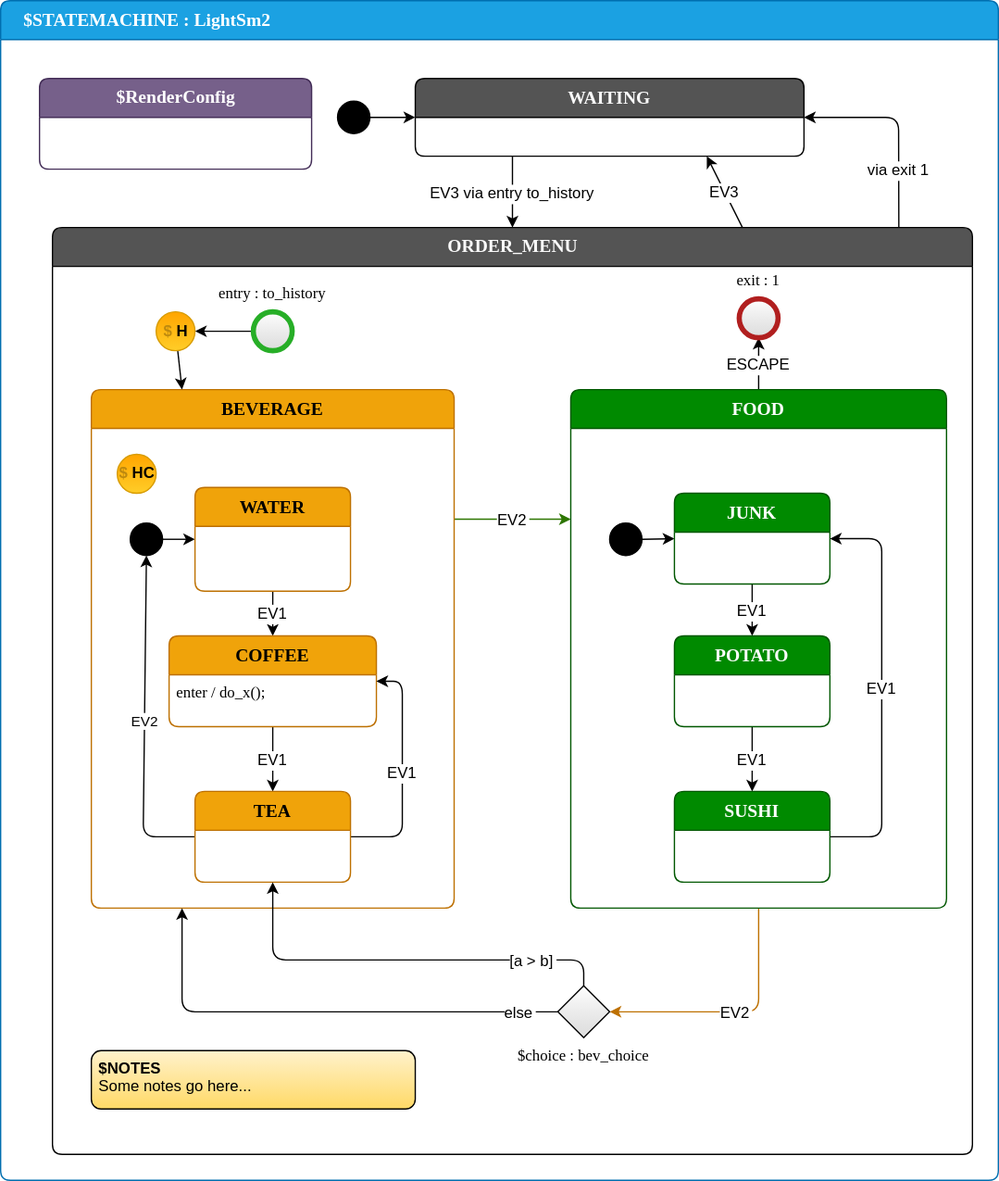
StateSmith/StateSmith keeps this draw.io diagram as src/StateSmithTest/Output/Sim/diagrams/LightSm2.drawio.svg. Above is the earlier version. Source tidied: cells renumbered, new cells last; positions are measured from the earlier drawing's top-left corner, leaving out a move shared by most shapes. Source of this version:
```xml
<mxGraphModel>
  <root>
    <mxCell id="0" />
    <mxCell id="1" parent="0" />
    <mxCell id="2" value="$STATEMACHINE : LightSm2" style="shape=swimlane;align=left;verticalAlign=top;fontFamily=Lucida Console;startSize=30;fontSize=14;fontStyle=1;swimlaneFillColor=default;rounded=1;arcSize=15;absoluteArcSize=1;fillColor=#1ba1e2;fontColor=#ffffff;strokeColor=#006EAF;spacingLeft=16;" parent="1" vertex="1">
      <mxGeometry width="770" height="910" as="geometry" />
    </mxCell>
    <mxCell id="3" style="fontFamily=Lucida Console;align=left;verticalAlign=top;fillColor=none;gradientColor=none;strokeColor=none;rounded=0;spacingLeft=4;" parent="2" vertex="1">
      <mxGeometry y="30" width="50" height="40" as="geometry" />
    </mxCell>
    <mxCell id="4" style="edgeStyle=none;entryX=0;entryY=0.5;entryDx=0;entryDy=0;exitX=1;exitY=0.5;exitDx=0;exitDy=0;fontColor=default;fontSize=12;" parent="2" edge="1" source="52" target="50">
      <mxGeometry relative="1" as="geometry" />
    </mxCell>
    <mxCell id="5" value="EV3" style="edgeStyle=none;exitX=0.75;exitY=0;exitDx=0;exitDy=0;entryX=0.75;entryY=1;entryDx=0;entryDy=0;fontColor=default;fontSize=12;" parent="2" edge="1" source="7" target="50">
      <mxGeometry relative="1" as="geometry" />
    </mxCell>
    <mxCell id="6" value="via exit 1" style="edgeStyle=none;exitX=0.92;exitY=0;exitDx=0;exitDy=0;exitPerimeter=0;entryX=1;entryY=0.5;entryDx=0;entryDy=0;fontColor=default;fontSize=12;" parent="2" edge="1" source="7" target="50">
      <mxGeometry x="-0.43" relative="1" as="geometry">
        <Array as="points">
          <mxPoint x="693" y="90" />
        </Array>
      </mxGeometry>
    </mxCell>
    <mxCell id="7" value="ORDER_MENU" style="shape=swimlane;align=center;verticalAlign=top;fontFamily=Lucida Console;startSize=30;fontSize=14;fontStyle=1;swimlaneFillColor=default;html=1;rounded=1;arcSize=15;absoluteArcSize=1;fillColor=#545454;fontColor=#FAFAFA;points=[[0,0,0,0,0],[0,0.25,0,0,0],[0,0.5,0,0,0],[0,0.75,0,0,0],[0,1,0,0,0],[0.08,0,0,0,0],[0.17,0,0,0,0],[0.25,0,0,0,0],[0.25,1,0,0,0],[0.33,0,0,0,0],[0.42,0,0,0,0],[0.5,0,0,0,0],[0.5,1,0,0,0],[0.58,0,0,0,0],[0.67,0,0,0,0],[0.75,0,0,0,0],[0.75,1,0,0,0],[0.83,0,0,0,0],[0.92,0,0,0,0],[1,0,0,0,0],[1,0.25,0,0,0],[1,0.5,0,0,0],[1,0.75,0,0,0],[1,1,0,0,0]];" parent="2" vertex="1">
      <mxGeometry x="40" y="175" width="710" height="715" as="geometry" />
    </mxCell>
    <mxCell id="8" style="fontFamily=Lucida Console;align=left;verticalAlign=top;fillColor=none;gradientColor=none;strokeColor=none;rounded=0;spacingLeft=4;labelBackgroundColor=#990000;fontColor=#FFFFFF;" parent="7" vertex="1">
      <mxGeometry y="30" width="50" height="40" as="geometry" />
    </mxCell>
    <mxCell id="9" value="EV2" style="edgeStyle=none;exitX=1;exitY=0.25;exitDx=0;exitDy=0;entryX=0;entryY=0.25;entryDx=0;entryDy=0;fillColor=#60a917;strokeColor=#2D7600;fontColor=default;fontSize=12;" parent="7" edge="1" source="10" target="28">
      <mxGeometry relative="1" as="geometry" />
    </mxCell>
    <mxCell id="10" value="BEVERAGE" style="shape=swimlane;align=center;verticalAlign=top;fontFamily=Lucida Console;startSize=30;fontSize=14;fontStyle=1;fontColor=#000000;fillColor=#f0a30a;swimlaneFillColor=default;rounded=1;arcSize=15;absoluteArcSize=1;strokeColor=#BD7000;" parent="7" vertex="1">
      <mxGeometry x="30" y="125" width="280" height="400" as="geometry" />
    </mxCell>
    <mxCell id="11" style="fontFamily=Lucida Console;align=left;verticalAlign=top;fillColor=none;gradientColor=none;strokeColor=none;rounded=0;spacingLeft=4;" parent="10" vertex="1">
      <mxGeometry y="30" width="50" height="40" as="geometry" />
    </mxCell>
    <mxCell id="12" style="edgeStyle=none;exitX=1;exitY=0.5;exitDx=0;exitDy=0;entryX=0;entryY=0.5;entryDx=0;entryDy=0;fontColor=default;fontSize=12;" parent="10" edge="1" source="13" target="15">
      <mxGeometry relative="1" as="geometry" />
    </mxCell>
    <mxCell id="13" value="$initial_state" style="shape=ellipse;fillColor=#000000;noLabel=1;" parent="10" vertex="1">
      <mxGeometry x="30" y="103" width="25" height="25" as="geometry" />
    </mxCell>
    <mxCell id="14" value="EV1" style="edgeStyle=none;fontColor=default;fontSize=12;" parent="10" edge="1" source="15" target="18">
      <mxGeometry relative="1" as="geometry" />
    </mxCell>
    <mxCell id="15" value="WATER" style="shape=swimlane;align=center;verticalAlign=top;fontFamily=Lucida Console;startSize=30;fontSize=14;fontStyle=1;fontColor=#000000;fillColor=#f0a30a;swimlaneFillColor=default;rounded=1;arcSize=15;absoluteArcSize=1;strokeColor=#BD7000;" parent="10" vertex="1">
      <mxGeometry x="80" y="75.5" width="120" height="80" as="geometry" />
    </mxCell>
    <mxCell id="16" style="fontFamily=Lucida Console;align=left;verticalAlign=top;fillColor=none;gradientColor=none;strokeColor=none;rounded=0;spacingLeft=4;" parent="15" vertex="1">
      <mxGeometry y="30" width="50" height="40" as="geometry" />
    </mxCell>
    <mxCell id="17" value="EV1" style="edgeStyle=none;fontColor=default;fontSize=12;" parent="10" edge="1" source="18" target="22">
      <mxGeometry relative="1" as="geometry" />
    </mxCell>
    <mxCell id="18" value="COFFEE" style="shape=swimlane;align=center;verticalAlign=top;fontFamily=Lucida Console;startSize=30;fontSize=14;fontStyle=1;fontColor=#000000;fillColor=#f0a30a;swimlaneFillColor=default;rounded=1;arcSize=15;absoluteArcSize=1;strokeColor=#BD7000;" parent="10" vertex="1">
      <mxGeometry x="60" y="190" width="160" height="70" as="geometry" />
    </mxCell>
    <mxCell id="19" value="enter / do_x();" style="fontFamily=Lucida Console;align=left;verticalAlign=top;fillColor=none;gradientColor=none;strokeColor=none;rounded=0;spacingLeft=4;" parent="18" vertex="1">
      <mxGeometry y="30" width="130" height="30" as="geometry" />
    </mxCell>
    <mxCell id="20" value="EV1" style="edgeStyle=none;exitX=1;exitY=0.5;exitDx=0;exitDy=0;entryX=1;entryY=0.5;entryDx=0;entryDy=0;fontColor=default;fontSize=12;" parent="10" edge="1" source="22" target="18">
      <mxGeometry relative="1" as="geometry">
        <Array as="points">
          <mxPoint x="240" y="345" />
          <mxPoint x="240" y="225" />
        </Array>
      </mxGeometry>
    </mxCell>
    <mxCell id="21" value="EV2" style="edgeStyle=none;html=1;exitX=0;exitY=0.5;exitDx=0;exitDy=0;entryX=0.5;entryY=1;entryDx=0;entryDy=0;" parent="10" edge="1" source="22" target="13">
      <mxGeometry relative="1" as="geometry">
        <Array as="points">
          <mxPoint x="40" y="345" />
        </Array>
      </mxGeometry>
    </mxCell>
    <mxCell id="22" value="TEA" style="shape=swimlane;align=center;verticalAlign=top;fontFamily=Lucida Console;startSize=30;fontSize=14;fontStyle=1;fontColor=#000000;fillColor=#f0a30a;swimlaneFillColor=default;rounded=1;arcSize=15;absoluteArcSize=1;strokeColor=#BD7000;" parent="10" vertex="1">
      <mxGeometry x="80" y="310" width="120" height="70" as="geometry" />
    </mxCell>
    <mxCell id="23" style="fontFamily=Lucida Console;align=left;verticalAlign=top;fillColor=none;gradientColor=none;strokeColor=none;rounded=0;spacingLeft=4;" parent="22" vertex="1">
      <mxGeometry y="30" width="50" height="40" as="geometry" />
    </mxCell>
    <mxCell id="24" value="&lt;font color=&quot;#bd890f&quot;&gt;$&lt;/font&gt;HC" style="fontFamily=Helvetica;align=center;verticalAlign=middle;shape=ellipse;labelPosition=center;verticalLabelPosition=middle;strokeColor=#d79b00;strokeWidth=1;fillColor=#ffcd28;gradientColor=#ffa500;gradientDirection=north;html=1;fontColor=#000000;fontStyle=1;" parent="10" vertex="1">
      <mxGeometry x="20" y="50" width="30" height="30" as="geometry" />
    </mxCell>
    <mxCell id="25" style="edgeStyle=none;exitX=0;exitY=0.5;exitDx=0;exitDy=0;fontColor=default;fontSize=12;" parent="7" edge="1" source="41" target="44">
      <mxGeometry relative="1" as="geometry" />
    </mxCell>
    <mxCell id="26" value="EV2" style="edgeStyle=none;exitX=0.5;exitY=1;exitDx=0;exitDy=0;entryX=1;entryY=0.5;entryDx=0;entryDy=0;fillColor=#f0a30a;strokeColor=#BD7000;fontColor=default;fontSize=12;" parent="7" edge="1" source="28" target="47">
      <mxGeometry relative="1" as="geometry">
        <Array as="points">
          <mxPoint x="545" y="605" />
        </Array>
      </mxGeometry>
    </mxCell>
    <mxCell id="27" value="ESCAPE" style="edgeStyle=none;exitX=0.5;exitY=0;exitDx=0;exitDy=0;entryX=0.5;entryY=1;entryDx=0;entryDy=0;fontColor=default;fontSize=12;" parent="7" edge="1" source="28" target="42">
      <mxGeometry relative="1" as="geometry" />
    </mxCell>
    <mxCell id="28" value="FOOD" style="shape=swimlane;align=center;verticalAlign=top;fontFamily=Lucida Console;startSize=30;fontSize=14;fontStyle=1;fontColor=#ffffff;fillColor=#008a00;swimlaneFillColor=default;rounded=1;arcSize=15;absoluteArcSize=1;strokeColor=#005700;" parent="7" vertex="1">
      <mxGeometry x="400" y="125" width="290" height="400" as="geometry" />
    </mxCell>
    <mxCell id="29" style="fontFamily=Lucida Console;align=left;verticalAlign=top;fillColor=none;gradientColor=none;strokeColor=none;rounded=0;spacingLeft=4;html=1;" parent="28" vertex="1">
      <mxGeometry y="30" width="50" height="40" as="geometry" />
    </mxCell>
    <mxCell id="30" style="edgeStyle=none;exitX=1;exitY=0.5;exitDx=0;exitDy=0;entryX=0;entryY=0.5;entryDx=0;entryDy=0;fontColor=default;fontSize=12;" parent="28" edge="1" source="31" target="33">
      <mxGeometry relative="1" as="geometry" />
    </mxCell>
    <mxCell id="31" value="$initial_state" style="shape=ellipse;fillColor=#000000;noLabel=1;" parent="28" vertex="1">
      <mxGeometry x="30" y="103" width="25" height="25" as="geometry" />
    </mxCell>
    <mxCell id="32" value="EV1" style="edgeStyle=none;fontColor=default;fontSize=12;" parent="28" edge="1" source="33" target="36">
      <mxGeometry relative="1" as="geometry" />
    </mxCell>
    <mxCell id="33" value="JUNK" style="shape=swimlane;align=center;verticalAlign=top;fontFamily=Lucida Console;startSize=30;fontSize=14;fontStyle=1;fontColor=#ffffff;fillColor=#008a00;swimlaneFillColor=default;rounded=1;arcSize=15;absoluteArcSize=1;strokeColor=#005700;" parent="28" vertex="1">
      <mxGeometry x="80" y="80" width="120" height="70" as="geometry" />
    </mxCell>
    <mxCell id="34" value=" " style="fontFamily=Lucida Console;align=left;verticalAlign=top;fillColor=none;gradientColor=none;strokeColor=none;rounded=0;spacingLeft=4;" parent="33" vertex="1">
      <mxGeometry y="30" width="30" height="20" as="geometry" />
    </mxCell>
    <mxCell id="35" value="EV1" style="edgeStyle=none;fontColor=default;fontSize=12;" parent="28" edge="1" source="36" target="39">
      <mxGeometry relative="1" as="geometry" />
    </mxCell>
    <mxCell id="36" value="POTATO" style="shape=swimlane;align=center;verticalAlign=top;fontFamily=Lucida Console;startSize=30;fontSize=14;fontStyle=1;fontColor=#ffffff;fillColor=#008a00;swimlaneFillColor=default;rounded=1;arcSize=15;absoluteArcSize=1;strokeColor=#005700;" parent="28" vertex="1">
      <mxGeometry x="80" y="190" width="120" height="70" as="geometry" />
    </mxCell>
    <mxCell id="37" value=" " style="fontFamily=Lucida Console;align=left;verticalAlign=top;fillColor=none;gradientColor=none;strokeColor=none;rounded=0;spacingLeft=4;" parent="36" vertex="1">
      <mxGeometry y="30" width="30" height="20" as="geometry" />
    </mxCell>
    <mxCell id="38" value="EV1" style="edgeStyle=none;exitX=1;exitY=0.5;exitDx=0;exitDy=0;entryX=1;entryY=0.5;entryDx=0;entryDy=0;fontColor=default;fontSize=12;" parent="28" edge="1" source="39" target="33">
      <mxGeometry relative="1" as="geometry">
        <Array as="points">
          <mxPoint x="240" y="345" />
          <mxPoint x="240" y="115" />
        </Array>
      </mxGeometry>
    </mxCell>
    <mxCell id="39" value="SUSHI" style="shape=swimlane;align=center;verticalAlign=top;fontFamily=Lucida Console;startSize=30;fontSize=14;fontStyle=1;fontColor=#ffffff;fillColor=#008a00;swimlaneFillColor=default;rounded=1;arcSize=15;absoluteArcSize=1;strokeColor=#005700;" parent="28" vertex="1">
      <mxGeometry x="80" y="310" width="120" height="70" as="geometry" />
    </mxCell>
    <mxCell id="40" value=" " style="fontFamily=Lucida Console;align=left;verticalAlign=top;fillColor=none;gradientColor=none;strokeColor=none;rounded=0;spacingLeft=4;" parent="39" vertex="1">
      <mxGeometry y="30" width="30" height="20" as="geometry" />
    </mxCell>
    <mxCell id="41" value="entry : to_history" style="fontFamily=Lucida Console;align=center;verticalAlign=middle;shape=ellipse;labelPosition=center;verticalLabelPosition=top;strokeColor=#27ae27;strokeWidth=4;fillColor=#FFFFFF;gradientColor=#d4d4d4cc;" parent="7" vertex="1">
      <mxGeometry x="155" y="65" width="30" height="30" as="geometry" />
    </mxCell>
    <mxCell id="42" value="exit : 1" style="fontFamily=Lucida Console;align=center;verticalAlign=middle;shape=ellipse;labelPosition=center;verticalLabelPosition=top;strokeColor=#b11f1f;strokeWidth=4;fillColor=#FFFFFF;gradientColor=#d4d4d4cc;" parent="7" vertex="1">
      <mxGeometry x="530" y="55" width="30" height="30" as="geometry" />
    </mxCell>
    <mxCell id="43" style="edgeStyle=none;entryX=0.25;entryY=0;entryDx=0;entryDy=0;fontColor=default;fontSize=12;" parent="7" edge="1" source="44" target="10">
      <mxGeometry relative="1" as="geometry" />
    </mxCell>
    <mxCell id="44" value="&lt;font color=&quot;#bd890f&quot;&gt;$&lt;/font&gt;H" style="fontFamily=Helvetica;align=center;verticalAlign=middle;shape=ellipse;labelPosition=center;verticalLabelPosition=middle;strokeColor=#d79b00;strokeWidth=1;fillColor=#ffcd28;gradientColor=#ffa500;gradientDirection=north;html=1;fontColor=#000000;fontStyle=1;" parent="7" vertex="1">
      <mxGeometry x="80" y="65" width="30" height="30" as="geometry" />
    </mxCell>
    <mxCell id="45" value="[a &gt; b]" style="edgeStyle=none;exitX=0.5;exitY=0;exitDx=0;exitDy=0;entryX=0.5;entryY=1;entryDx=0;entryDy=0;fontColor=default;fontSize=12;" parent="7" edge="1" source="47" target="22">
      <mxGeometry x="-0.62" relative="1" as="geometry">
        <Array as="points">
          <mxPoint x="410" y="565" />
          <mxPoint x="170" y="565" />
        </Array>
      </mxGeometry>
    </mxCell>
    <mxCell id="46" value="else" style="edgeStyle=none;exitX=0;exitY=0.5;exitDx=0;exitDy=0;entryX=0.25;entryY=1;entryDx=0;entryDy=0;fontColor=default;fontSize=12;" parent="7" edge="1" source="47" target="10">
      <mxGeometry x="-0.84" relative="1" as="geometry">
        <Array as="points">
          <mxPoint x="100" y="605" />
        </Array>
      </mxGeometry>
    </mxCell>
    <mxCell id="47" value="$choice : bev_choice" style="fontFamily=Lucida Console;align=center;verticalAlign=top;shape=rhombus;labelPosition=center;verticalLabelPosition=bottom;strokeWidth=1;fillColor=#FFFFFF;gradientColor=#d4d4d4cc;noLabel=0;" parent="7" vertex="1">
      <mxGeometry x="390" y="585" width="40" height="40" as="geometry" />
    </mxCell>
    <mxCell id="48" value="&lt;b&gt;$NOTES&lt;/b&gt;&#10;Some notes go here..." style="shape=rectangle;rounded=1;arcSize=15;absoluteArcSize=1;align=left;verticalAlign=top;whiteSpace=wrap;html=1;spacingLeft=4;strokeWidth=1;strokeColor=default;fillColor=#fff2cc;fontColor=#000000;gradientColor=#ffd966;" parent="7" vertex="1">
      <mxGeometry x="30" y="635" width="250" height="45" as="geometry" />
    </mxCell>
    <mxCell id="49" value="EV3 via entry to_history" style="edgeStyle=none;exitX=0.25;exitY=1;exitDx=0;exitDy=0;entryX=0.5;entryY=0;entryDx=0;entryDy=0;fontSize=12;fontColor=default;" parent="2" edge="1" source="50" target="7">
      <mxGeometry relative="1" as="geometry" />
    </mxCell>
    <mxCell id="50" value="WAITING" style="shape=swimlane;align=center;verticalAlign=top;fontFamily=Lucida Console;startSize=30;fontSize=14;fontStyle=1;fontColor=#FAFAFA;fillColor=#545454;swimlaneFillColor=default;rounded=1;arcSize=15;absoluteArcSize=1;" parent="2" vertex="1">
      <mxGeometry x="320" y="60" width="300" height="60" as="geometry" />
    </mxCell>
    <mxCell id="51" value=" " style="fontFamily=Lucida Console;align=left;verticalAlign=top;fillColor=none;gradientColor=none;strokeColor=none;rounded=0;spacingLeft=4;" parent="50" vertex="1">
      <mxGeometry y="30" width="30" height="20" as="geometry" />
    </mxCell>
    <mxCell id="52" value="$initial_state" style="shape=ellipse;fillColor=#000000;noLabel=1;" parent="2" vertex="1">
      <mxGeometry x="260" y="77.5" width="25" height="25" as="geometry" />
    </mxCell>
    <mxCell id="53" value="$RenderConfig" style="shape=swimlane;align=center;verticalAlign=top;fontFamily=Lucida Console;startSize=30;fontSize=14;fontStyle=1;swimlaneFillColor=default;html=1;rounded=1;arcSize=15;absoluteArcSize=1;fillColor=#76608a;strokeColor=#432D57;fontColor=#ffffff;" parent="2" vertex="1" collapsed="1">
      <mxGeometry x="30" y="60" width="210" height="70" as="geometry" />
    </mxCell>
  </root>
</mxGraphModel>
```
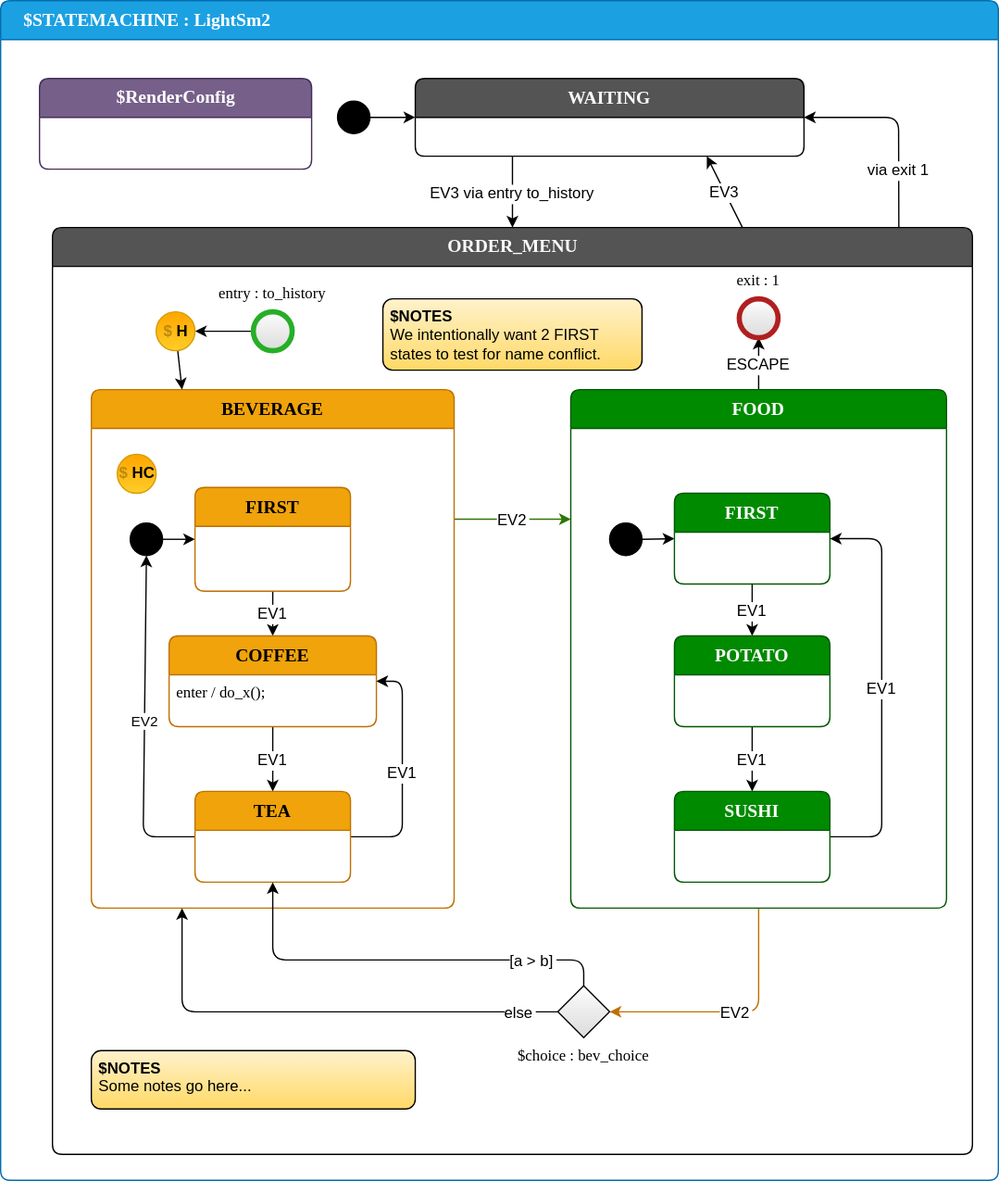
The same diagram one commit later.

Commit message:
test - add failing test (before fix) for #302 name conflict

Diff of the diagram source:
```diff
@@ -45,7 +45,7 @@
     <mxCell id="14" value="EV1" style="edgeStyle=none;fontColor=default;fontSize=12;" parent="10" edge="1" source="15" target="18">
       <mxGeometry relative="1" as="geometry" />
     </mxCell>
-    <mxCell id="15" value="WATER" style="shape=swimlane;align=center;verticalAlign=top;fontFamily=Lucida Console;startSize=30;fontSize=14;fontStyle=1;fontColor=#000000;fillColor=#f0a30a;swimlaneFillColor=default;rounded=1;arcSize=15;absoluteArcSize=1;strokeColor=#BD7000;" parent="10" vertex="1">
+    <mxCell id="15" value="FIRST" style="shape=swimlane;align=center;verticalAlign=top;fontFamily=Lucida Console;startSize=30;fontSize=14;fontStyle=1;fontColor=#000000;fillColor=#f0a30a;swimlaneFillColor=default;rounded=1;arcSize=15;absoluteArcSize=1;strokeColor=#BD7000;" parent="10" vertex="1">
       <mxGeometry x="80" y="75.5" width="120" height="80" as="geometry" />
     </mxCell>
     <mxCell id="16" style="fontFamily=Lucida Console;align=left;verticalAlign=top;fillColor=none;gradientColor=none;strokeColor=none;rounded=0;spacingLeft=4;" parent="15" vertex="1">
@@ -112,7 +112,7 @@
     <mxCell id="32" value="EV1" style="edgeStyle=none;fontColor=default;fontSize=12;" parent="28" edge="1" source="33" target="36">
       <mxGeometry relative="1" as="geometry" />
     </mxCell>
-    <mxCell id="33" value="JUNK" style="shape=swimlane;align=center;verticalAlign=top;fontFamily=Lucida Console;startSize=30;fontSize=14;fontStyle=1;fontColor=#ffffff;fillColor=#008a00;swimlaneFillColor=default;rounded=1;arcSize=15;absoluteArcSize=1;strokeColor=#005700;" parent="28" vertex="1">
+    <mxCell id="33" value="FIRST" style="shape=swimlane;align=center;verticalAlign=top;fontFamily=Lucida Console;startSize=30;fontSize=14;fontStyle=1;fontColor=#ffffff;fillColor=#008a00;swimlaneFillColor=default;rounded=1;arcSize=15;absoluteArcSize=1;strokeColor=#005700;" parent="28" vertex="1">
       <mxGeometry x="80" y="80" width="120" height="70" as="geometry" />
     </mxCell>
     <mxCell id="34" value=" " style="fontFamily=Lucida Console;align=left;verticalAlign=top;fillColor=none;gradientColor=none;strokeColor=none;rounded=0;spacingLeft=4;" parent="33" vertex="1">
@@ -174,6 +174,9 @@
     <mxCell id="48" value="&lt;b&gt;$NOTES&lt;/b&gt;&#10;Some notes go here..." style="shape=rectangle;rounded=1;arcSize=15;absoluteArcSize=1;align=left;verticalAlign=top;whiteSpace=wrap;html=1;spacingLeft=4;strokeWidth=1;strokeColor=default;fillColor=#fff2cc;fontColor=#000000;gradientColor=#ffd966;" parent="7" vertex="1">
       <mxGeometry x="30" y="635" width="250" height="45" as="geometry" />
     </mxCell>
+    <mxCell id="54" value="&lt;b&gt;$NOTES&lt;/b&gt;&lt;br&gt;We intentionally want 2 FIRST states to test for name conflict." style="shape=rectangle;rounded=1;arcSize=15;absoluteArcSize=1;align=left;verticalAlign=top;whiteSpace=wrap;html=1;spacingLeft=4;strokeWidth=1;strokeColor=default;fillColor=#fff2cc;fontColor=#000000;gradientColor=#ffd966;" parent="7" vertex="1">
+      <mxGeometry x="255" y="55" width="200" height="55" as="geometry" />
+    </mxCell>
     <mxCell id="49" value="EV3 via entry to_history" style="edgeStyle=none;exitX=0.25;exitY=1;exitDx=0;exitDy=0;entryX=0.5;entryY=0;entryDx=0;entryDy=0;fontSize=12;fontColor=default;" parent="2" edge="1" source="50" target="7">
       <mxGeometry relative="1" as="geometry" />
     </mxCell>
```
